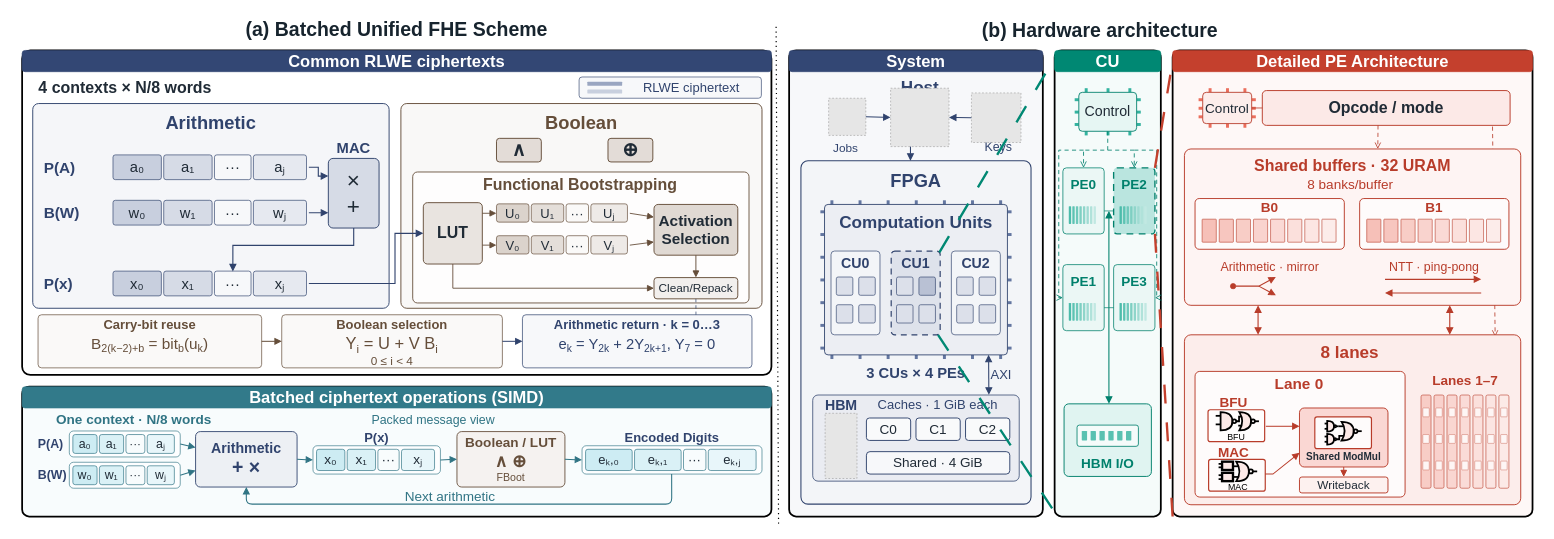
This is all/DAC2026/CONVOY_Fig1.drawio from ZKY6662017/iodraw-files, a draw.io file, before an edit. Source tidied: cells renumbered, new cells numbered last; positions are measured from the earlier drawing's top-left corner, leaving out a move shared by most shapes. Both pictures are drawn from the tidied source at 59%, with x=0, y=0 at pixel (10, 10). Pictures stored in the file or linked from it are replaced by grey dashed boxes.
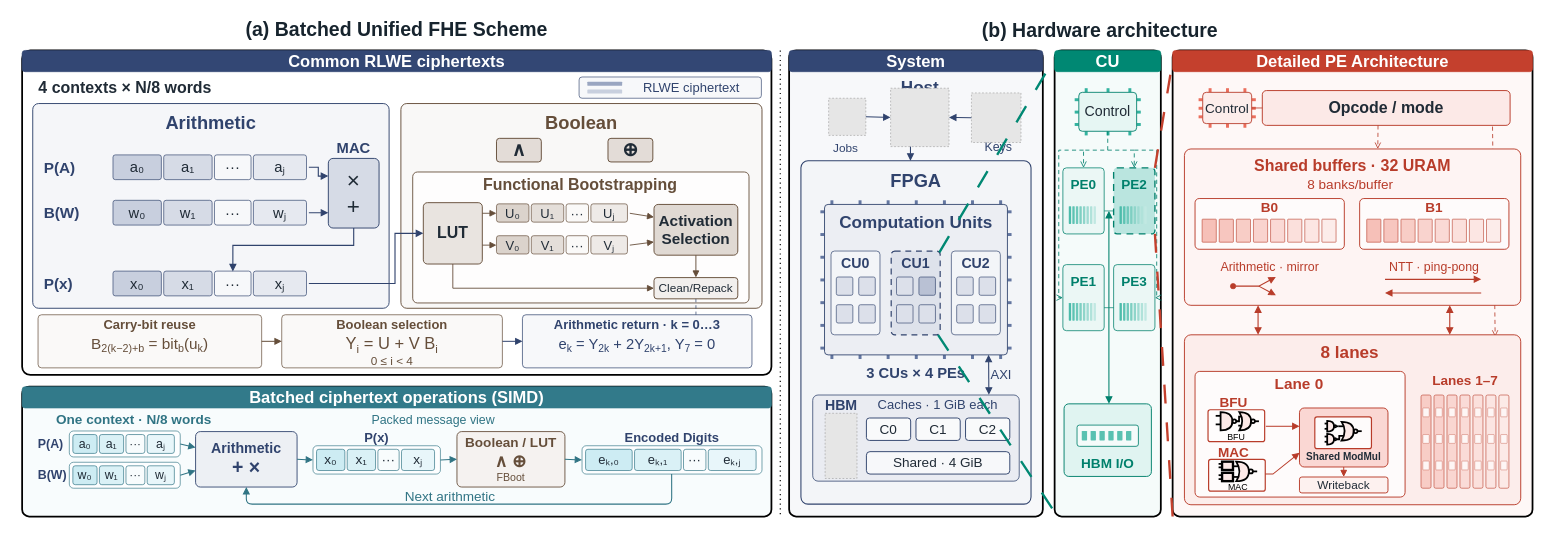
After the change.

Commit message:
Center and vertically align the divider between panels a and b

The edit, as a diff of the source:
```diff
@@
-    <mxCell id="4" style="endArrow=none;dashed=1;html=1;dashPattern=1 3;strokeWidth=2;rounded=0;defaultLabelBackgroundColor=page;labelPadding=0 4;exitX=0.502;exitY=1;exitDx=0;exitDy=0;exitPerimeter=0;entryX=0;entryY=0.5;entryDx=0;entryDy=0;" parent="1" edge="1">
+    <mxCell id="4" style="endArrow=none;dashed=1;html=1;dashPattern=1 3;strokeWidth=2;rounded=0;defaultLabelBackgroundColor=page;labelPadding=0 4;edgeStyle=none;curved=0;startArrow=none;" parent="1" edge="1">
       <mxGeometry relative="1" as="geometry">
-        <mxPoint x="1302.1" y="870" as="sourcePoint" />
-        <mxPoint x="1297.9" y="23.5" as="targetPoint" />
+        <mxPoint x="1305" y="68" as="sourcePoint" />
+        <mxPoint x="1305" y="858" as="targetPoint" />
       </mxGeometry>
     </mxCell>
```
